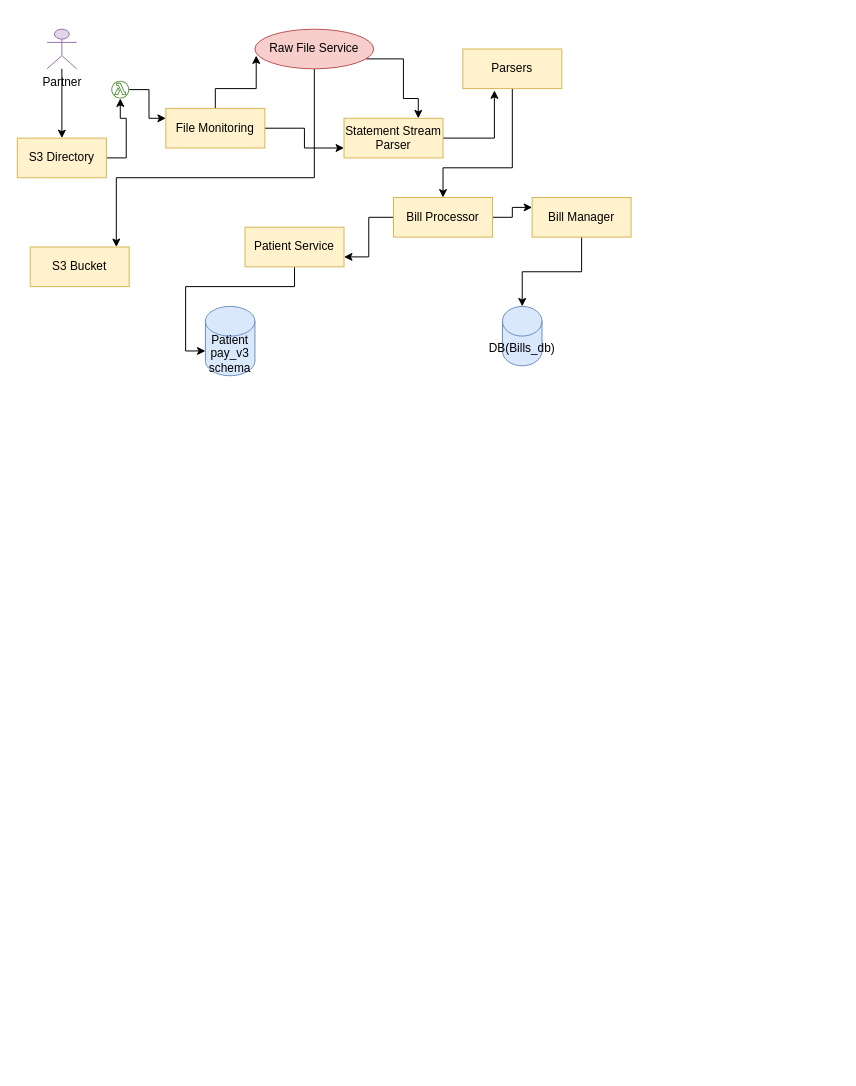
This is Ingestion.drawio from suchit727/diagrams, a draw.io file, before an edit. Source tidied: cells renumbered, new cells numbered last; positions are measured from the earlier drawing's top-left corner, leaving out a move shared by most shapes. Both pictures are drawn from the tidied source at 99%, with x=0, y=0 at pixel (17, 29).
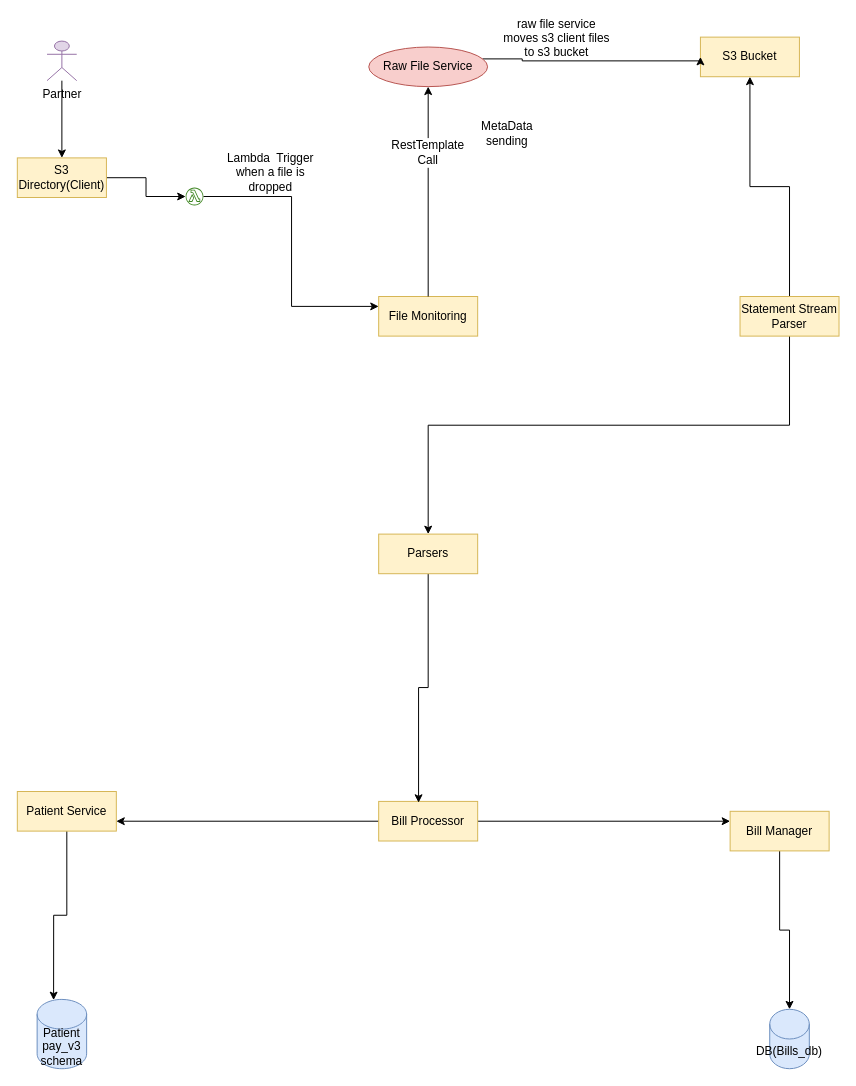
After the change.

The edit, as a diff of the source:
```diff
@@
-    <mxCell id="3" value="S3 Directory" style="rounded=0;whiteSpace=wrap;html=1;fillColor=#fff2cc;strokeColor=#d6b656;" parent="1" vertex="1">
-      <mxGeometry y="110" width="90" height="40" as="geometry" />
+    <mxCell id="3" value="S3 Directory(Client)" style="rounded=0;whiteSpace=wrap;html=1;fillColor=#fff2cc;strokeColor=#d6b656;" parent="1" vertex="1">
+      <mxGeometry y="130" width="90" height="40" as="geometry" />
     </mxCell>
-    <mxCell id="4" style="edgeStyle=orthogonalEdgeStyle;rounded=0;jettySize=auto;html=1;entryX=0.011;entryY=0.665;entryDx=0;entryDy=0;entryPerimeter=0;" parent="1" edge="1" source="6" target="25">
-      <mxGeometry relative="1" as="geometry" />
-    </mxCell>
-    <mxCell id="5" style="edgeStyle=orthogonalEdgeStyle;rounded=0;jettySize=auto;html=1;entryX=0;entryY=0.75;entryDx=0;entryDy=0;" parent="1" edge="1" source="6" target="14">
-      <mxGeometry relative="1" as="geometry" />
-    </mxCell>
     <mxCell id="6" value="File Monitoring" style="rounded=0;whiteSpace=wrap;html=1;fillColor=#fff2cc;strokeColor=#d6b656;" parent="1" vertex="1">
-      <mxGeometry x="150" y="80" width="100" height="40" as="geometry" />
+      <mxGeometry x="365" y="270" width="100" height="40" as="geometry" />
     </mxCell>
     <mxCell id="7" value="S3 Bucket" style="rounded=0;whiteSpace=wrap;html=1;fillColor=#fff2cc;strokeColor=#d6b656;" parent="1" vertex="1">
-      <mxGeometry x="13" y="220" width="100" height="40" as="geometry" />
+      <mxGeometry x="690" y="8" width="100" height="40" as="geometry" />
     </mxCell>
-    <mxCell id="8" style="edgeStyle=orthogonalEdgeStyle;rounded=0;jettySize=auto;html=1;" parent="1" edge="1" source="9" target="16">
+    <mxCell id="8" style="edgeStyle=orthogonalEdgeStyle;rounded=0;jettySize=auto;html=1;entryX=0.5;entryY=0;entryDx=0;entryDy=0;entryPerimeter=0;" parent="1" edge="1" source="9" target="16">
       <mxGeometry relative="1" as="geometry" />
     </mxCell>
     <mxCell id="9" value="Bill Manager" style="rounded=0;whiteSpace=wrap;html=1;fillColor=#fff2cc;strokeColor=#d6b656;" parent="1" vertex="1">
-      <mxGeometry x="520" y="170" width="100" height="40" as="geometry" />
+      <mxGeometry x="720" y="790" width="100" height="40" as="geometry" />
     </mxCell>
@@
     <mxCell id="12" value="Bill Processor" style="rounded=0;whiteSpace=wrap;html=1;fillColor=#fff2cc;strokeColor=#d6b656;" parent="1" vertex="1">
-      <mxGeometry x="380" y="170" width="100" height="40" as="geometry" />
+      <mxGeometry x="365" y="780" width="100" height="40" as="geometry" />
     </mxCell>
+    <mxCell id="28" style="edgeStyle=orthogonalEdgeStyle;rounded=0;jettySize=auto;html=1;entryX=0.5;entryY=1;entryDx=0;entryDy=0;" parent="1" edge="1" source="14" target="7">
+      <mxGeometry relative="1" as="geometry" />
+    </mxCell>
-    <mxCell id="13" style="edgeStyle=orthogonalEdgeStyle;rounded=0;jettySize=auto;html=1;entryX=0.319;entryY=1.045;entryDx=0;entryDy=0;entryPerimeter=0;" parent="1" edge="1" source="14" target="18">
-      <mxGeometry relative="1" as="geometry" />
+    <mxCell id="13" style="edgeStyle=orthogonalEdgeStyle;rounded=0;jettySize=auto;html=1;exitX=0.5;exitY=1;exitDx=0;exitDy=0;" parent="1" edge="1" source="14" target="18">
+      <mxGeometry relative="1" as="geometry">
+        <Array as="points">
+          <mxPoint x="780" y="400" />
+          <mxPoint x="415" y="400" />
+        </Array>
+      </mxGeometry>
     </mxCell>
     <mxCell id="14" value="Statement Stream Parser" style="rounded=0;whiteSpace=wrap;html=1;fillColor=#fff2cc;strokeColor=#d6b656;" parent="1" vertex="1">
-      <mxGeometry x="330" y="90" width="100" height="40" as="geometry" />
+      <mxGeometry x="730" y="270" width="100" height="40" as="geometry" />
     </mxCell>
     <mxCell id="15" value="Patient pay_v3 schema" style="shape=cylinder3;whiteSpace=wrap;html=1;boundedLbl=1;backgroundOutline=1;size=15;fillColor=#dae8fc;strokeColor=#6c8ebf;" parent="1" vertex="1">
-      <mxGeometry x="190" y="280" width="50" height="70" as="geometry" />
+      <mxGeometry x="20" y="980" width="50" height="70" as="geometry" />
     </mxCell>
     <mxCell id="16" value="DB(Bills_db)" style="shape=cylinder3;whiteSpace=wrap;html=1;boundedLbl=1;backgroundOutline=1;size=15;fillColor=#dae8fc;strokeColor=#6c8ebf;" parent="1" vertex="1">
-      <mxGeometry x="490" y="280" width="40" height="60" as="geometry" />
+      <mxGeometry x="760" y="990" width="40" height="60" as="geometry" />
     </mxCell>
-    <mxCell id="17" style="edgeStyle=orthogonalEdgeStyle;rounded=0;jettySize=auto;html=1;entryX=0.5;entryY=0;entryDx=0;entryDy=0;" parent="1" edge="1" source="18" target="12">
-      <mxGeometry relative="1" as="geometry">
-        <Array as="points">
-          <mxPoint x="500" y="140" />
-          <mxPoint x="430" y="140" />
-        </Array>
-      </mxGeometry>
+    <mxCell id="17" style="edgeStyle=orthogonalEdgeStyle;rounded=0;jettySize=auto;html=1;entryX=0.403;entryY=0.033;entryDx=0;entryDy=0;entryPerimeter=0;" parent="1" edge="1" source="18" target="12">
+      <mxGeometry relative="1" as="geometry" />
     </mxCell>
     <mxCell id="18" value="Parsers" style="rounded=0;whiteSpace=wrap;html=1;fillColor=#fff2cc;strokeColor=#d6b656;" parent="1" vertex="1">
-      <mxGeometry x="450" y="20" width="100" height="40" as="geometry" />
+      <mxGeometry x="365" y="510" width="100" height="40" as="geometry" />
     </mxCell>
@@
     <mxCell id="20" value="Partner" style="shape=umlActor;verticalLabelPosition=bottom;verticalAlign=top;html=1;outlineConnect=0;fillColor=#e1d5e7;strokeColor=#9673a6;" parent="1" vertex="1">
-      <mxGeometry x="30" width="30" height="40" as="geometry" />
+      <mxGeometry x="30" y="12" width="30" height="40" as="geometry" />
     </mxCell>
-    <mxCell id="21" style="edgeStyle=orthogonalEdgeStyle;rounded=0;jettySize=auto;html=1;entryX=0;entryY=0;entryDx=0;entryDy=45;entryPerimeter=0;" parent="1" edge="1" source="22" target="15">
+    <mxCell id="21" style="edgeStyle=orthogonalEdgeStyle;rounded=0;jettySize=auto;html=1;entryX=0.333;entryY=0.01;entryDx=0;entryDy=0;entryPerimeter=0;" parent="1" edge="1" source="22" target="15">
       <mxGeometry relative="1" as="geometry" />
     </mxCell>
     <mxCell id="22" value="Patient Service" style="rounded=0;whiteSpace=wrap;html=1;fillColor=#fff2cc;strokeColor=#d6b656;" parent="1" vertex="1">
-      <mxGeometry x="230" y="200" width="100" height="40" as="geometry" />
+      <mxGeometry y="770" width="100" height="40" as="geometry" />
     </mxCell>
-    <mxCell id="23" style="edgeStyle=orthogonalEdgeStyle;rounded=0;jettySize=auto;html=1;entryX=0.75;entryY=0;entryDx=0;entryDy=0;" parent="1" edge="1" source="25" target="14">
-      <mxGeometry relative="1" as="geometry">
-        <Array as="points">
-          <mxPoint x="390" y="30" />
-          <mxPoint x="390" y="70" />
-        </Array>
-      </mxGeometry>
-    </mxCell>
-    <mxCell id="24" style="edgeStyle=orthogonalEdgeStyle;rounded=0;jettySize=auto;html=1;" parent="1" edge="1" source="25">
-      <mxGeometry relative="1" as="geometry">
-        <mxPoint x="100" y="220" as="targetPoint" />
-        <Array as="points">
-          <mxPoint x="300" y="150" />
-          <mxPoint x="100" y="150" />
-        </Array>
-      </mxGeometry>
-    </mxCell>
+    <mxCell id="29" style="edgeStyle=orthogonalEdgeStyle;rounded=0;jettySize=auto;html=1;entryX=0;entryY=0.5;entryDx=0;entryDy=0;" parent="1" edge="1" source="25" target="7">
+      <mxGeometry relative="1" as="geometry">
+        <Array as="points">
+          <mxPoint x="510" y="30" />
+          <mxPoint x="510" y="32" />
+        </Array>
+      </mxGeometry>
+    </mxCell>
     <mxCell id="25" value="Raw File Service" style="ellipse;whiteSpace=wrap;html=1;fillColor=#f8cecc;strokeColor=#b85450;" parent="1" vertex="1">
-      <mxGeometry x="240" width="120" height="40" as="geometry" />
+      <mxGeometry x="355" y="18" width="120" height="40" as="geometry" />
     </mxCell>
     <mxCell id="26" style="edgeStyle=orthogonalEdgeStyle;rounded=0;jettySize=auto;html=1;entryX=0;entryY=0.25;entryDx=0;entryDy=0;" parent="1" edge="1" source="27" target="6">
-      <mxGeometry relative="1" as="geometry" />
+      <mxGeometry relative="1" as="geometry">
+        <Array as="points">
+          <mxPoint x="277" y="169" />
+          <mxPoint x="277" y="280" />
+        </Array>
+      </mxGeometry>
     </mxCell>
-    <mxCell id="27" style="sketch=0;outlineConnect=0;fontColor=#232F3E;gradientColor=none;fillColor=#3F8624;strokeColor=none;dashed=0;verticalLabelPosition=bottom;verticalAlign=top;align=center;html=1;fontSize=12;fontStyle=0;shape=mxgraph.aws4.lambda_function;" parent="1" vertex="1">
-      <mxGeometry x="95" y="52" width="18" height="18" as="geometry" />
+    <mxCell id="27" style="sketch=0;outlineConnect=0;fontColor=#232F3E;gradientColor=none;fillColor=#3F8624;strokeColor=none;dashed=0;verticalLabelPosition=bottom;verticalAlign=top;align=center;html=1;fontSize=12;fontStyle=0;shape=mxgraph.aws4.lambda_function;direction=west;rotation=-180;" parent="1" vertex="1">
+      <mxGeometry x="170" y="160" width="18" height="18" as="geometry" />
     </mxCell>
+    <mxCell id="30" value="Lambda&amp;nbsp; Trigger when a file is dropped" style="text;html=1;strokeColor=none;fillColor=none;align=center;verticalAlign=middle;whiteSpace=wrap;rounded=0;" parent="1" vertex="1">
+      <mxGeometry x="200" y="130" width="112" height="30" as="geometry" />
+    </mxCell>
+    <mxCell id="31" value="raw file service moves s3 client files to s3 bucket" style="text;html=1;strokeColor=none;fillColor=none;align=center;verticalAlign=middle;whiteSpace=wrap;rounded=0;" parent="1" vertex="1">
+      <mxGeometry x="490" width="110" height="18" as="geometry" />
+    </mxCell>
+    <mxCell id="32" value="MetaData sending" style="text;html=1;strokeColor=none;fillColor=none;align=center;verticalAlign=middle;whiteSpace=wrap;rounded=0;" parent="1" vertex="1">
+      <mxGeometry x="465" y="90" width="60" height="30" as="geometry" />
+    </mxCell>
+    <mxCell id="33" style="edgeStyle=orthogonalEdgeStyle;rounded=0;jettySize=auto;html=1;" parent="1" edge="1" source="34" target="25">
+      <mxGeometry relative="1" as="geometry" />
+    </mxCell>
+    <mxCell id="34" value="RestTemplate Call" style="text;html=1;strokeColor=none;fillColor=none;align=center;verticalAlign=middle;whiteSpace=wrap;rounded=0;" parent="1" vertex="1">
+      <mxGeometry x="385" y="110" width="60" height="30" as="geometry" />
+    </mxCell>
+    <mxCell id="35" style="endArrow=none;html=1;rounded=0;entryX=0.5;entryY=1;entryDx=0;entryDy=0;" parent="1" edge="1" source="6" target="34">
+      <mxGeometry relative="1" as="geometry" />
+    </mxCell>
```
